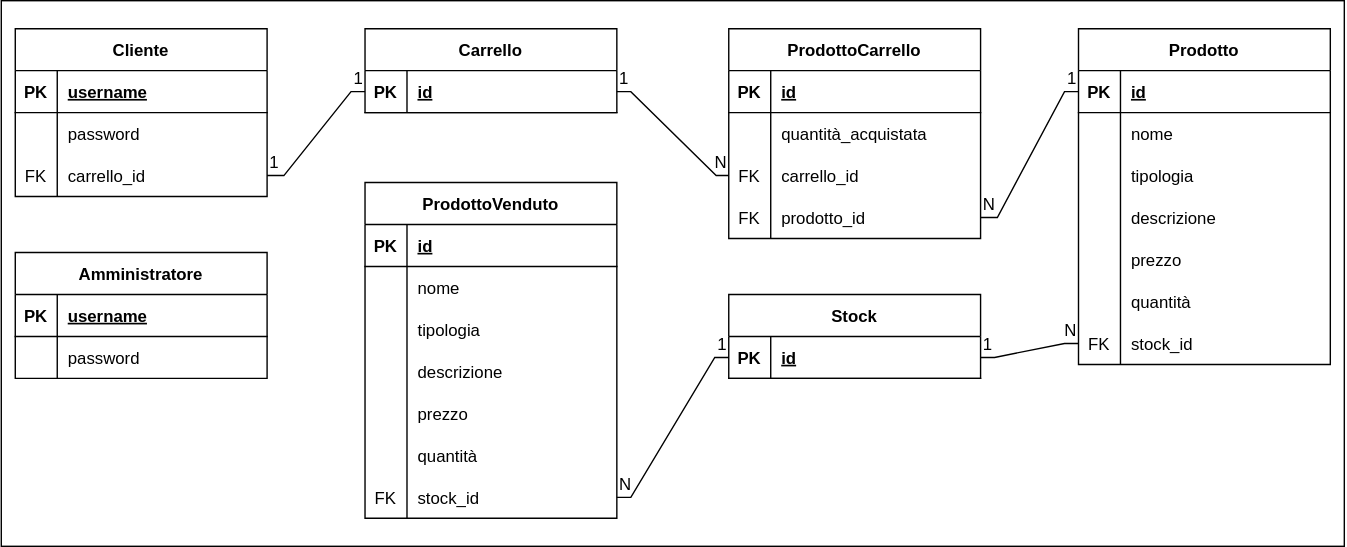
Above: diagrammi/entità-relazioni.drawio.svg in MickTK/ProgettoFinaleISW (draw.io), before the change. Source tidied: cells renumbered, new cells last; positions are measured from the earlier drawing's top-left corner, leaving out a move shared by most shapes.
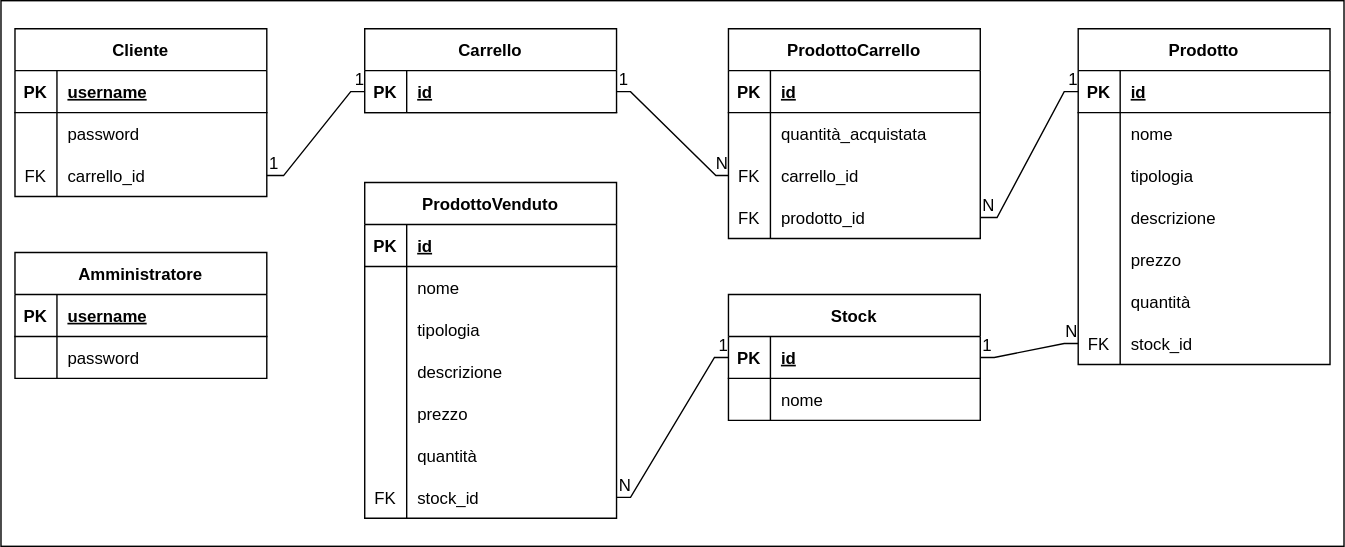
After the change.

What changed in the source:
```diff
@@ -282,7 +282,7 @@
       <mxGeometry x="30" width="150" height="30" as="geometry" />
     </mxCell>
     <mxCell id="90" value="Stock" style="shape=table;startSize=30;rowLines=0;fontStyle=1;align=center;" parent="1" vertex="1">
-      <mxGeometry x="520" y="210" width="180" height="60" as="geometry" />
+      <mxGeometry x="520" y="210" width="180" height="90" as="geometry" />
     </mxCell>
     <mxCell id="91" style="shape=tableRow;horizontal=0;startSize=0;swimlaneHead=0;swimlaneBody=0;fillColor=none;points=[[0,0.5],[1,0.5]];portConstraint=eastwest;top=0;left=0;right=0;bottom=1;" parent="90" vertex="1">
       <mxGeometry y="30" width="180" height="30" as="geometry" />
@@ -293,6 +293,15 @@
     <mxCell id="93" value="id" style="shape=partialRectangle;fillColor=none;top=0;left=0;bottom=0;right=0;align=left;spacingLeft=6;fontStyle=5;overflow=hidden;" parent="91" vertex="1">
       <mxGeometry x="30" width="150" height="30" as="geometry" />
     </mxCell>
+    <mxCell id="100" style="shape=tableRow;horizontal=0;startSize=0;swimlaneHead=0;swimlaneBody=0;fillColor=none;top=0;left=0;right=0;bottom=0;" parent="90" vertex="1">
+      <mxGeometry y="60" width="180" height="30" as="geometry" />
+    </mxCell>
+    <mxCell id="101" style="shape=partialRectangle;fillColor=none;top=0;left=0;bottom=0;right=0;overflow=hidden;" parent="100" vertex="1">
+      <mxGeometry width="30" height="30" as="geometry" />
+    </mxCell>
+    <mxCell id="102" value="nome" style="shape=partialRectangle;fillColor=none;top=0;left=0;bottom=0;right=0;align=left;spacingLeft=6;overflow=hidden;" parent="100" vertex="1">
+      <mxGeometry x="30" width="150" height="30" as="geometry" />
+    </mxCell>
     <mxCell id="94" style="endArrow=none;html=1;rounded=0;entryX=0;entryY=0.5;entryDx=0;entryDy=0;exitX=1;exitY=0.5;exitDx=0;exitDy=0;" parent="1" edge="1" source="91" target="49">
       <mxGeometry relative="1" as="geometry">
         <Array as="points">
```
